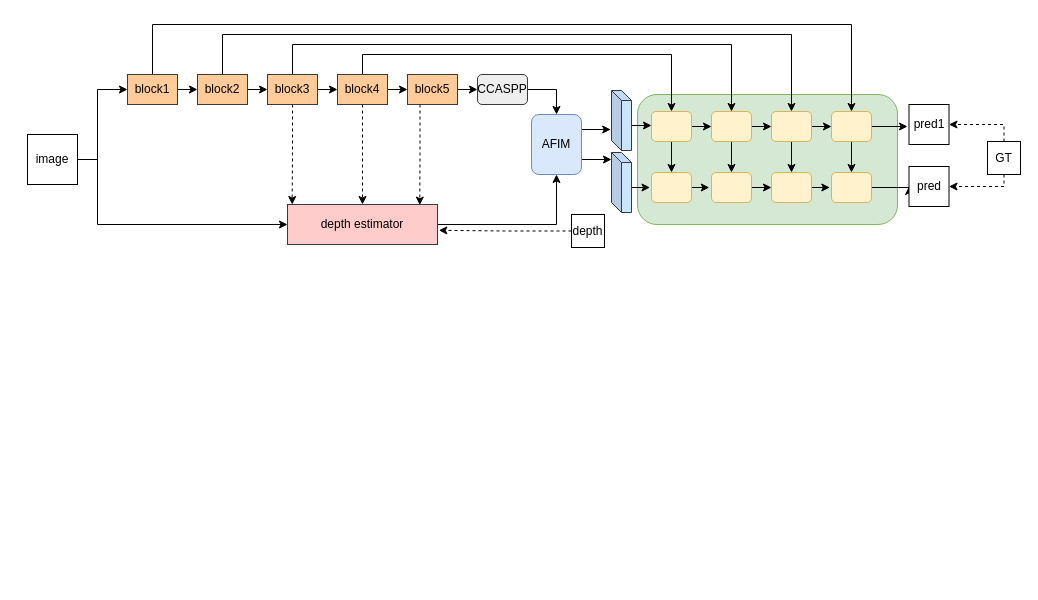
Above: uta.drawio in Hymhh/hymhh (draw.io), before the change. Source tidied: cells renumbered, new cells numbered last; positions are measured from the earlier drawing's top-left corner, leaving out a move shared by most shapes. Both pictures are drawn from the tidied source at 100%, with x=0, y=0 at pixel (27, 24).
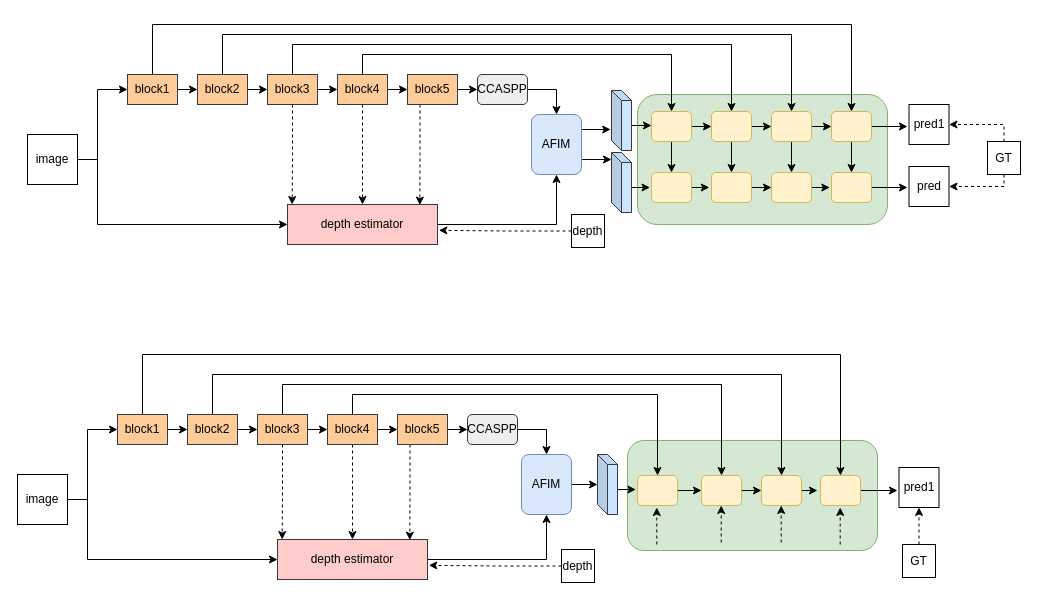
The same diagram, later.

The change refers to these unchanged cells:
```xml
<mxCell id="50" style="rounded=1;whiteSpace=wrap;html=1;fillColor=#fff2cc;strokeColor=#d6b656;" parent="1" vertex="1">
  <mxGeometry x="804" y="148" width="40" height="30" as="geometry" />
</mxCell>
<mxCell id="58" value="pred" style="whiteSpace=wrap;html=1;" parent="1" vertex="1">
  <mxGeometry x="881.5" y="142" width="40" height="40" as="geometry" />
</mxCell>
```

The edit, as a diff of the source:
```diff
@@
     <mxCell id="2" style="rounded=1;whiteSpace=wrap;html=1;fillColor=#d5e8d4;strokeColor=#82b366;" parent="1" vertex="1">
-      <mxGeometry x="610" y="70" width="260" height="130" as="geometry" />
+      <mxGeometry x="610" y="70" width="250" height="130" as="geometry" />
     </mxCell>
@@
-    <mxCell id="49" style="edgeStyle=orthogonalEdgeStyle;rounded=0;jettySize=auto;html=1;exitX=1;exitY=0.5;exitDx=0;exitDy=0;entryX=0;entryY=0.5;entryDx=0;entryDy=0;" parent="1" edge="1" source="50" target="58">
-      <mxGeometry relative="1" as="geometry" />
+    <mxCell id="49" style="edgeStyle=orthogonalEdgeStyle;rounded=0;jettySize=auto;html=1;exitX=1;exitY=0.5;exitDx=0;exitDy=0;" parent="1" edge="1" source="50">
+      <mxGeometry relative="1" as="geometry">
+        <mxPoint x="880" y="163" as="targetPoint" />
+      </mxGeometry>
     </mxCell>
@@
+    <mxCell id="61" style="rounded=1;whiteSpace=wrap;html=1;fillColor=#d5e8d4;strokeColor=#82b366;" parent="1" vertex="1">
+      <mxGeometry x="600" y="416" width="250" height="110" as="geometry" />
+    </mxCell>
+    <mxCell id="62" style="edgeStyle=orthogonalEdgeStyle;rounded=0;jettySize=auto;html=1;exitX=1;exitY=0.5;exitDx=0;exitDy=0;entryX=0;entryY=0.5;entryDx=0;entryDy=0;" parent="1" edge="1" source="64" target="84">
+      <mxGeometry relative="1" as="geometry">
+        <Array as="points">
+          <mxPoint x="60" y="475" />
+          <mxPoint x="60" y="535" />
+        </Array>
+      </mxGeometry>
+    </mxCell>
+    <mxCell id="63" style="edgeStyle=orthogonalEdgeStyle;rounded=0;jettySize=auto;html=1;exitX=1;exitY=0.5;exitDx=0;exitDy=0;entryX=0;entryY=0.5;entryDx=0;entryDy=0;" parent="1" edge="1" source="64" target="67">
+      <mxGeometry relative="1" as="geometry">
+        <Array as="points">
+          <mxPoint x="60" y="475" />
+          <mxPoint x="60" y="405" />
+        </Array>
+      </mxGeometry>
+    </mxCell>
+    <mxCell id="64" value="image" style="whiteSpace=wrap;html=1;" parent="1" vertex="1">
+      <mxGeometry x="-10" y="450" width="50" height="50" as="geometry" />
+    </mxCell>
+    <mxCell id="65" style="edgeStyle=orthogonalEdgeStyle;rounded=0;jettySize=auto;html=1;exitX=1;exitY=0.5;exitDx=0;exitDy=0;entryX=0;entryY=0.5;entryDx=0;entryDy=0;" parent="1" edge="1" source="67" target="70">
+      <mxGeometry relative="1" as="geometry" />
+    </mxCell>
+    <mxCell id="66" style="edgeStyle=orthogonalEdgeStyle;rounded=0;jettySize=auto;html=1;exitX=0.5;exitY=0;exitDx=0;exitDy=0;" parent="1" edge="1" source="67" target="96">
+      <mxGeometry relative="1" as="geometry">
+        <Array as="points">
+          <mxPoint x="115" y="330" />
+          <mxPoint x="813" y="330" />
+        </Array>
+      </mxGeometry>
+    </mxCell>
+    <mxCell id="67" value="block1" style="rounded=0;whiteSpace=wrap;html=1;fillColor=#ffcc99;strokeColor=#36393d;" parent="1" vertex="1">
+      <mxGeometry x="90" y="390" width="50" height="30" as="geometry" />
+    </mxCell>
+    <mxCell id="68" style="edgeStyle=orthogonalEdgeStyle;rounded=0;jettySize=auto;html=1;exitX=1;exitY=0.5;exitDx=0;exitDy=0;entryX=0;entryY=0.5;entryDx=0;entryDy=0;" parent="1" edge="1" source="70" target="78">
+      <mxGeometry relative="1" as="geometry" />
+    </mxCell>
+    <mxCell id="69" style="edgeStyle=orthogonalEdgeStyle;rounded=0;jettySize=auto;html=1;exitX=0.5;exitY=0;exitDx=0;exitDy=0;entryX=0.5;entryY=0;entryDx=0;entryDy=0;" parent="1" edge="1" source="70" target="94">
+      <mxGeometry relative="1" as="geometry">
+        <Array as="points">
+          <mxPoint x="185" y="350" />
+          <mxPoint x="754" y="350" />
+        </Array>
+      </mxGeometry>
+    </mxCell>
+    <mxCell id="70" value="&lt;font face=&quot;helvetica&quot;&gt;block2&lt;/font&gt;" style="rounded=0;whiteSpace=wrap;html=1;fillColor=#ffcc99;strokeColor=#36393d;" parent="1" vertex="1">
+      <mxGeometry x="160" y="390" width="50" height="30" as="geometry" />
+    </mxCell>
+    <mxCell id="71" style="edgeStyle=orthogonalEdgeStyle;rounded=0;jettySize=auto;html=1;exitX=1;exitY=0.5;exitDx=0;exitDy=0;entryX=0;entryY=0.5;entryDx=0;entryDy=0;" parent="1" edge="1" source="74" target="82">
+      <mxGeometry relative="1" as="geometry" />
+    </mxCell>
+    <mxCell id="72" style="edgeStyle=orthogonalEdgeStyle;rounded=0;jettySize=auto;html=1;exitX=0.5;exitY=1;exitDx=0;exitDy=0;entryX=0.5;entryY=0;entryDx=0;entryDy=0;dashed=1;" parent="1" edge="1" source="74" target="84">
+      <mxGeometry relative="1" as="geometry" />
+    </mxCell>
+    <mxCell id="73" style="edgeStyle=orthogonalEdgeStyle;rounded=0;jettySize=auto;html=1;exitX=0.5;exitY=0;exitDx=0;exitDy=0;entryX=0.5;entryY=0;entryDx=0;entryDy=0;" parent="1" edge="1" source="74" target="90">
+      <mxGeometry relative="1" as="geometry" />
+    </mxCell>
+    <mxCell id="74" value="block4" style="rounded=0;whiteSpace=wrap;html=1;fillColor=#ffcc99;strokeColor=#36393d;" parent="1" vertex="1">
+      <mxGeometry x="300" y="390" width="50" height="30" as="geometry" />
+    </mxCell>
+    <mxCell id="75" style="edgeStyle=orthogonalEdgeStyle;rounded=0;jettySize=auto;html=1;exitX=1;exitY=0.5;exitDx=0;exitDy=0;entryX=0;entryY=0.5;entryDx=0;entryDy=0;" parent="1" edge="1" source="78" target="74">
+      <mxGeometry relative="1" as="geometry" />
+    </mxCell>
+    <mxCell id="76" style="edgeStyle=orthogonalEdgeStyle;rounded=0;jettySize=auto;html=1;exitX=0.5;exitY=1;exitDx=0;exitDy=0;entryX=0.031;entryY=0;entryDx=0;entryDy=0;entryPerimeter=0;dashed=1;" parent="1" edge="1" source="78" target="84">
+      <mxGeometry relative="1" as="geometry" />
+    </mxCell>
+    <mxCell id="77" style="edgeStyle=orthogonalEdgeStyle;rounded=0;jettySize=auto;html=1;exitX=0.5;exitY=0;exitDx=0;exitDy=0;entryX=0.5;entryY=0;entryDx=0;entryDy=0;" parent="1" edge="1" source="78" target="92">
+      <mxGeometry relative="1" as="geometry">
+        <Array as="points">
+          <mxPoint x="255" y="360" />
+          <mxPoint x="694" y="360" />
+        </Array>
+      </mxGeometry>
+    </mxCell>
+    <mxCell id="78" value="block3" style="rounded=0;whiteSpace=wrap;html=1;fillColor=#ffcc99;strokeColor=#36393d;" parent="1" vertex="1">
+      <mxGeometry x="230" y="390" width="50" height="30" as="geometry" />
+    </mxCell>
+    <mxCell id="79" style="edgeStyle=orthogonalEdgeStyle;rounded=0;jettySize=auto;html=1;exitX=0.25;exitY=1;exitDx=0;exitDy=0;entryX=0.882;entryY=0.015;entryDx=0;entryDy=0;entryPerimeter=0;dashed=1;" parent="1" edge="1" source="82" target="84">
+      <mxGeometry relative="1" as="geometry" />
+    </mxCell>
+    <mxCell id="80" style="edgeStyle=orthogonalEdgeStyle;rounded=0;jettySize=auto;html=1;entryX=0.5;entryY=0;entryDx=0;entryDy=0;exitX=1;exitY=0.5;exitDx=0;exitDy=0;" parent="1" edge="1" source="101" target="86">
+      <mxGeometry relative="1" as="geometry" />
+    </mxCell>
+    <mxCell id="81" style="edgeStyle=orthogonalEdgeStyle;rounded=0;jettySize=auto;html=1;exitX=1;exitY=0.5;exitDx=0;exitDy=0;entryX=0;entryY=0.5;entryDx=0;entryDy=0;" parent="1" edge="1" source="82" target="101">
+      <mxGeometry relative="1" as="geometry" />
+    </mxCell>
+    <mxCell id="82" value="block5" style="rounded=0;whiteSpace=wrap;html=1;fillColor=#ffcc99;strokeColor=#36393d;" parent="1" vertex="1">
+      <mxGeometry x="370" y="390" width="50" height="30" as="geometry" />
+    </mxCell>
+    <mxCell id="83" style="edgeStyle=orthogonalEdgeStyle;rounded=0;jettySize=auto;html=1;exitX=1;exitY=0.5;exitDx=0;exitDy=0;entryX=0.5;entryY=1;entryDx=0;entryDy=0;" parent="1" edge="1" source="84" target="86">
+      <mxGeometry relative="1" as="geometry" />
+    </mxCell>
+    <mxCell id="84" value="depth estimator" style="rounded=0;whiteSpace=wrap;html=1;fillColor=#ffcccc;strokeColor=#36393d;" parent="1" vertex="1">
+      <mxGeometry x="250" y="515" width="150" height="40" as="geometry" />
+    </mxCell>
+    <mxCell id="85" style="edgeStyle=orthogonalEdgeStyle;rounded=0;jettySize=auto;html=1;exitX=1;exitY=0.5;exitDx=0;exitDy=0;" parent="1" edge="1" source="86">
+      <mxGeometry relative="1" as="geometry">
+        <mxPoint x="570" y="460" as="targetPoint" />
+      </mxGeometry>
+    </mxCell>
+    <mxCell id="86" value="AFIM" style="rounded=1;whiteSpace=wrap;html=1;fillColor=#dae8fc;strokeColor=#6c8ebf;" parent="1" vertex="1">
+      <mxGeometry x="494" y="430" width="50" height="60" as="geometry" />
+    </mxCell>
+    <mxCell id="87" style="edgeStyle=orthogonalEdgeStyle;rounded=0;jettySize=auto;html=1;exitX=0;exitY=0;exitDx=20;exitDy=35;exitPerimeter=0;entryX=-0.039;entryY=0.492;entryDx=0;entryDy=0;entryPerimeter=0;" parent="1" edge="1" source="88" target="90">
+      <mxGeometry relative="1" as="geometry" />
+    </mxCell>
+    <mxCell id="88" style="shape=cube;whiteSpace=wrap;html=1;boundedLbl=1;backgroundOutline=1;darkOpacity=0.05;darkOpacity2=0.1;size=10;fillColor=#cce5ff;strokeColor=#36393d;" parent="1" vertex="1">
+      <mxGeometry x="570" y="430" width="20" height="60" as="geometry" />
+    </mxCell>
+    <mxCell id="89" style="edgeStyle=orthogonalEdgeStyle;rounded=0;jettySize=auto;html=1;exitX=1;exitY=0.5;exitDx=0;exitDy=0;entryX=0;entryY=0.5;entryDx=0;entryDy=0;" parent="1" edge="1" source="90" target="92">
+      <mxGeometry relative="1" as="geometry" />
+    </mxCell>
+    <mxCell id="90" style="rounded=1;whiteSpace=wrap;html=1;fillColor=#fff2cc;strokeColor=#d6b656;" parent="1" vertex="1">
+      <mxGeometry x="610" y="451" width="40" height="30" as="geometry" />
+    </mxCell>
+    <mxCell id="91" style="edgeStyle=orthogonalEdgeStyle;rounded=0;jettySize=auto;html=1;exitX=1;exitY=0.5;exitDx=0;exitDy=0;entryX=0;entryY=0.5;entryDx=0;entryDy=0;" parent="1" edge="1" source="92" target="94">
+      <mxGeometry relative="1" as="geometry" />
+    </mxCell>
+    <mxCell id="92" style="rounded=1;whiteSpace=wrap;html=1;fillColor=#fff2cc;strokeColor=#d6b656;" parent="1" vertex="1">
+      <mxGeometry x="674" y="451" width="40" height="30" as="geometry" />
+    </mxCell>
+    <mxCell id="93" style="edgeStyle=orthogonalEdgeStyle;rounded=0;jettySize=auto;html=1;exitX=1;exitY=0.5;exitDx=0;exitDy=0;" parent="1" edge="1" source="94">
+      <mxGeometry relative="1" as="geometry">
+        <mxPoint x="790" y="466" as="targetPoint" />
+      </mxGeometry>
+    </mxCell>
+    <mxCell id="94" style="rounded=1;whiteSpace=wrap;html=1;fillColor=#fff2cc;strokeColor=#d6b656;" parent="1" vertex="1">
+      <mxGeometry x="734" y="451" width="40" height="30" as="geometry" />
+    </mxCell>
+    <mxCell id="95" style="edgeStyle=orthogonalEdgeStyle;rounded=0;jettySize=auto;html=1;exitX=1;exitY=0.5;exitDx=0;exitDy=0;" parent="1" edge="1" source="96">
+      <mxGeometry relative="1" as="geometry">
+        <mxPoint x="870" y="466.1" as="targetPoint" />
+      </mxGeometry>
+    </mxCell>
+    <mxCell id="96" style="rounded=1;whiteSpace=wrap;html=1;fillColor=#fff2cc;strokeColor=#d6b656;" parent="1" vertex="1">
+      <mxGeometry x="793" y="451" width="40" height="30" as="geometry" />
+    </mxCell>
+    <mxCell id="97" style="edgeStyle=orthogonalEdgeStyle;rounded=0;jettySize=auto;html=1;exitX=0.5;exitY=0;exitDx=0;exitDy=0;entryX=0.5;entryY=1;entryDx=0;entryDy=0;dashed=1;" parent="1" edge="1" source="98" target="102">
+      <mxGeometry relative="1" as="geometry" />
+    </mxCell>
+    <mxCell id="98" value="GT" style="whiteSpace=wrap;html=1;" parent="1" vertex="1">
+      <mxGeometry x="875" y="520" width="33" height="33" as="geometry" />
+    </mxCell>
+    <mxCell id="99" style="edgeStyle=orthogonalEdgeStyle;rounded=0;jettySize=auto;html=1;exitX=0;exitY=0.5;exitDx=0;exitDy=0;entryX=1.009;entryY=0.646;entryDx=0;entryDy=0;entryPerimeter=0;dashed=1;" parent="1" edge="1" source="100" target="84">
+      <mxGeometry relative="1" as="geometry" />
+    </mxCell>
+    <mxCell id="100" value="depth" style="whiteSpace=wrap;html=1;" parent="1" vertex="1">
+      <mxGeometry x="534" y="525" width="33" height="33" as="geometry" />
+    </mxCell>
+    <mxCell id="101" value="CCASPP" style="rounded=1;whiteSpace=wrap;html=1;fillColor=#eeeeee;strokeColor=#36393d;" parent="1" vertex="1">
+      <mxGeometry x="440" y="390" width="50" height="30" as="geometry" />
+    </mxCell>
+    <mxCell id="102" value="pred1" style="whiteSpace=wrap;html=1;" parent="1" vertex="1">
+      <mxGeometry x="871.5" y="443" width="40" height="40" as="geometry" />
+    </mxCell>
+    <mxCell id="103" style="edgeStyle=orthogonalEdgeStyle;rounded=0;orthogonalLoop=1;jettySize=auto;html=1;exitX=0.5;exitY=0;exitDx=0;exitDy=0;entryX=0.5;entryY=1;entryDx=0;entryDy=0;dashed=1;" parent="1" edge="1">
+      <mxGeometry relative="1" as="geometry">
+        <mxPoint x="629.3" y="520" as="sourcePoint" />
+        <mxPoint x="629.3" y="483" as="targetPoint" />
+      </mxGeometry>
+    </mxCell>
+    <mxCell id="104" style="edgeStyle=orthogonalEdgeStyle;rounded=0;orthogonalLoop=1;jettySize=auto;html=1;exitX=0.5;exitY=0;exitDx=0;exitDy=0;entryX=0.5;entryY=1;entryDx=0;entryDy=0;dashed=1;" parent="1" edge="1">
+      <mxGeometry relative="1" as="geometry">
+        <mxPoint x="693.7" y="518" as="sourcePoint" />
+        <mxPoint x="693.7" y="481" as="targetPoint" />
+      </mxGeometry>
+    </mxCell>
+    <mxCell id="105" style="edgeStyle=orthogonalEdgeStyle;rounded=0;orthogonalLoop=1;jettySize=auto;html=1;exitX=0.5;exitY=0;exitDx=0;exitDy=0;entryX=0.5;entryY=1;entryDx=0;entryDy=0;dashed=1;" parent="1" edge="1">
+      <mxGeometry relative="1" as="geometry">
+        <mxPoint x="753.7" y="518" as="sourcePoint" />
+        <mxPoint x="753.7" y="481" as="targetPoint" />
+      </mxGeometry>
+    </mxCell>
+    <mxCell id="106" style="edgeStyle=orthogonalEdgeStyle;rounded=0;orthogonalLoop=1;jettySize=auto;html=1;exitX=0.5;exitY=0;exitDx=0;exitDy=0;entryX=0.5;entryY=1;entryDx=0;entryDy=0;dashed=1;" parent="1" edge="1">
+      <mxGeometry relative="1" as="geometry">
+        <mxPoint x="812.7" y="520" as="sourcePoint" />
+        <mxPoint x="812.7" y="483" as="targetPoint" />
+      </mxGeometry>
+    </mxCell>
```
